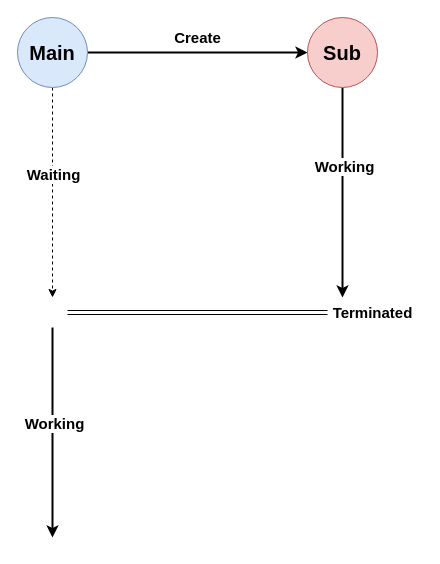
The draw.io diagram drawio/etc/concept-sync-async-blocking-non-blocking-1.drawio in windowforsun/blog, before the edit. Source tidied: cells renumbered, new cells numbered last; positions are measured from the earlier drawing's top-left corner, leaving out a move shared by most shapes. Both pictures are drawn from the tidied source at 100%, with x=0, y=0 at pixel (17, 17).
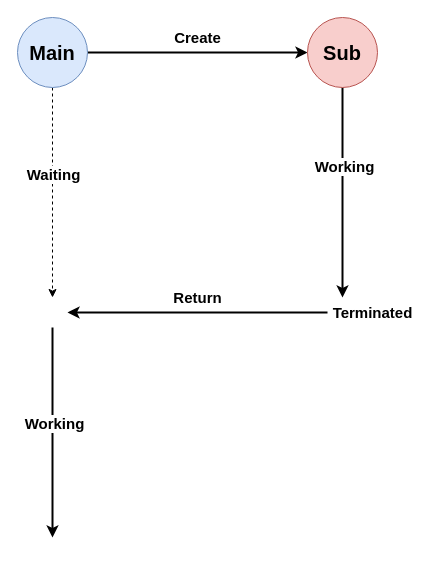
The same diagram, later.

Diff of the diagram source:
```diff
@@
 <mxGraphModel>
   <root>
     <mxCell id="0" />
     <mxCell id="1" parent="0" />
     <mxCell id="2" style="edgeStyle=orthogonalEdgeStyle;rounded=0;jettySize=auto;html=1;entryX=0;entryY=0.5;entryDx=0;entryDy=0;strokeWidth=2;" parent="1" edge="1" source="5" target="8">
       <mxGeometry relative="1" as="geometry" />
     </mxCell>
     <mxCell id="3" style="edgeStyle=orthogonalEdgeStyle;rounded=0;jettySize=auto;html=1;entryX=0.5;entryY=0;entryDx=0;entryDy=0;strokeColor=default;strokeWidth=1;dashed=1;" parent="1" edge="1" source="5" target="14">
       <mxGeometry relative="1" as="geometry" />
     </mxCell>
     <mxCell id="4" value="&lt;font style=&quot;font-size: 15px&quot;&gt;&lt;b&gt;Waiting&lt;/b&gt;&lt;/font&gt;" style="edgeLabel;html=1;align=center;verticalAlign=middle;" parent="3" vertex="1">
       <mxGeometry x="-0.18" relative="1" as="geometry" />
     </mxCell>
     <mxCell id="5" value="&lt;b&gt;&lt;font style=&quot;font-size: 20px&quot;&gt;Main&lt;/font&gt;&lt;/b&gt;" style="ellipse;whiteSpace=wrap;html=1;fillColor=#dae8fc;strokeColor=#6c8ebf;" parent="1" vertex="1">
       <mxGeometry width="70" height="70" as="geometry" />
     </mxCell>
     <mxCell id="6" style="edgeStyle=orthogonalEdgeStyle;rounded=0;jettySize=auto;html=1;entryX=0.5;entryY=0;entryDx=0;entryDy=0;strokeColor=default;strokeWidth=2;" parent="1" edge="1" source="8" target="11">
       <mxGeometry relative="1" as="geometry" />
     </mxCell>
     <mxCell id="7" value="&lt;font style=&quot;font-size: 15px&quot;&gt;&lt;b&gt;Working&lt;/b&gt;&lt;/font&gt;" style="edgeLabel;html=1;align=center;verticalAlign=middle;" parent="6" vertex="1">
       <mxGeometry x="-0.26" y="1" relative="1" as="geometry" />
     </mxCell>
     <mxCell id="8" value="&lt;b&gt;&lt;font style=&quot;font-size: 20px&quot;&gt;Sub&lt;/font&gt;&lt;/b&gt;" style="ellipse;whiteSpace=wrap;html=1;fillColor=#f8cecc;strokeColor=#b85450;" parent="1" vertex="1">
       <mxGeometry x="290" width="70" height="70" as="geometry" />
     </mxCell>
     <mxCell id="9" value="&lt;font style=&quot;font-size: 15px&quot;&gt;&lt;b&gt;Create&lt;/b&gt;&lt;/font&gt;" style="text;html=1;align=center;verticalAlign=middle;strokeColor=none;fillColor=none;" parent="1" vertex="1">
       <mxGeometry x="150" y="10" width="60" height="20" as="geometry" />
     </mxCell>
-    <mxCell id="10" style="edgeStyle=orthogonalEdgeStyle;rounded=0;jettySize=auto;html=1;entryX=1;entryY=0.5;entryDx=0;entryDy=0;strokeColor=default;strokeWidth=1;shape=link;" parent="1" edge="1" source="11" target="14">
+    <mxCell id="10" style="edgeStyle=orthogonalEdgeStyle;rounded=0;jettySize=auto;html=1;entryX=1;entryY=0.5;entryDx=0;entryDy=0;strokeColor=default;strokeWidth=2;" parent="1" edge="1" source="11" target="14">
       <mxGeometry relative="1" as="geometry" />
     </mxCell>
     <mxCell id="11" style="ellipse;whiteSpace=wrap;html=1;fillColor=none;strokeColor=none;" parent="1" vertex="1">
       <mxGeometry x="310" y="280" width="30" height="30" as="geometry" />
     </mxCell>
     <mxCell id="12" style="edgeStyle=orthogonalEdgeStyle;rounded=0;jettySize=auto;html=1;strokeColor=default;strokeWidth=2;" parent="1" edge="1" source="14">
       <mxGeometry relative="1" as="geometry">
         <mxPoint x="35" y="520" as="targetPoint" />
       </mxGeometry>
     </mxCell>
     <mxCell id="13" value="&lt;font style=&quot;font-size: 15px&quot;&gt;&lt;b&gt;Working&lt;/b&gt;&lt;/font&gt;" style="edgeLabel;html=1;align=center;verticalAlign=middle;" parent="12" vertex="1">
       <mxGeometry x="-0.1" y="1" relative="1" as="geometry" />
     </mxCell>
     <mxCell id="14" style="ellipse;whiteSpace=wrap;html=1;fillColor=none;strokeColor=none;" parent="1" vertex="1">
       <mxGeometry x="20" y="280" width="30" height="30" as="geometry" />
     </mxCell>
     <mxCell id="15" value="&lt;font style=&quot;font-size: 15px&quot;&gt;&lt;b&gt;Terminated&lt;/b&gt;&lt;/font&gt;" style="text;html=1;align=center;verticalAlign=middle;strokeColor=none;fillColor=none;" parent="1" vertex="1">
       <mxGeometry x="305" y="285" width="100" height="20" as="geometry" />
     </mxCell>
+    <mxCell id="16" value="&lt;b&gt;&lt;font style=&quot;font-size: 15px&quot;&gt;Return&lt;/font&gt;&lt;/b&gt;" style="text;html=1;align=center;verticalAlign=middle;strokeColor=none;fillColor=none;" parent="1" vertex="1">
+      <mxGeometry x="150" y="270" width="60" height="20" as="geometry" />
+    </mxCell>
   </root>
 </mxGraphModel>
```
